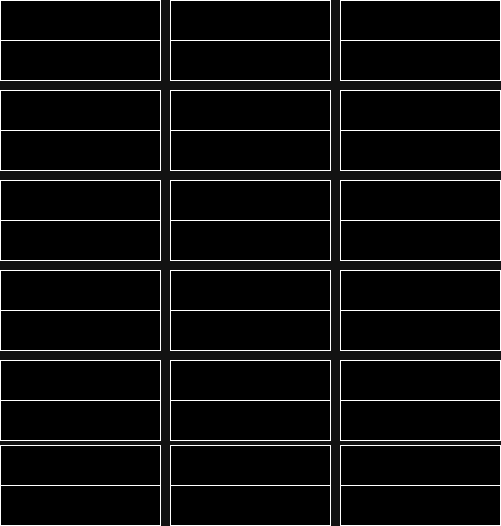
Before: doc/module.png, a diagram exported from draw.io (graeme-winter/jungfrau). Source tidied: cells renumbered, new cells last; positions are measured from the earlier drawing's top-left corner, leaving out a move shared by most shapes.
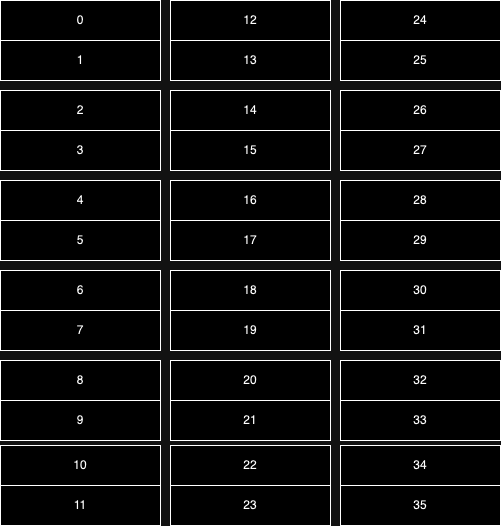
The same file after the commit.

What changed in the source:
```diff
@@ -2,112 +2,112 @@
   <root>
     <mxCell id="0" />
     <mxCell id="1" parent="0" />
-    <mxCell id="2" style="rounded=0;whiteSpace=wrap;html=1;" parent="1" vertex="1">
+    <mxCell id="2" value="4" style="rounded=0;whiteSpace=wrap;html=1;" parent="1" vertex="1">
       <mxGeometry y="180" width="160" height="40" as="geometry" />
     </mxCell>
-    <mxCell id="3" style="rounded=0;whiteSpace=wrap;html=1;" parent="1" vertex="1">
+    <mxCell id="3" value="5" style="rounded=0;whiteSpace=wrap;html=1;" parent="1" vertex="1">
       <mxGeometry y="220" width="160" height="40" as="geometry" />
     </mxCell>
-    <mxCell id="4" style="rounded=0;whiteSpace=wrap;html=1;" parent="1" vertex="1">
+    <mxCell id="4" value="6" style="rounded=0;whiteSpace=wrap;html=1;" parent="1" vertex="1">
       <mxGeometry y="270" width="160" height="40" as="geometry" />
     </mxCell>
-    <mxCell id="5" style="rounded=0;whiteSpace=wrap;html=1;" parent="1" vertex="1">
+    <mxCell id="5" value="7" style="rounded=0;whiteSpace=wrap;html=1;" parent="1" vertex="1">
       <mxGeometry y="310" width="160" height="40" as="geometry" />
     </mxCell>
-    <mxCell id="6" style="rounded=0;whiteSpace=wrap;html=1;" parent="1" vertex="1">
+    <mxCell id="6" value="8" style="rounded=0;whiteSpace=wrap;html=1;" parent="1" vertex="1">
       <mxGeometry y="360" width="160" height="40" as="geometry" />
     </mxCell>
-    <mxCell id="7" style="rounded=0;whiteSpace=wrap;html=1;" parent="1" vertex="1">
+    <mxCell id="7" value="9" style="rounded=0;whiteSpace=wrap;html=1;" parent="1" vertex="1">
       <mxGeometry y="400" width="160" height="40" as="geometry" />
     </mxCell>
-    <mxCell id="8" style="rounded=0;whiteSpace=wrap;html=1;" parent="1" vertex="1">
+    <mxCell id="8" value="2" style="rounded=0;whiteSpace=wrap;html=1;" parent="1" vertex="1">
       <mxGeometry y="90" width="160" height="40" as="geometry" />
     </mxCell>
-    <mxCell id="9" style="rounded=0;whiteSpace=wrap;html=1;" parent="1" vertex="1">
+    <mxCell id="9" value="3" style="rounded=0;whiteSpace=wrap;html=1;" parent="1" vertex="1">
       <mxGeometry y="130" width="160" height="40" as="geometry" />
     </mxCell>
-    <mxCell id="10" style="rounded=0;whiteSpace=wrap;html=1;" parent="1" vertex="1">
+    <mxCell id="10" value="0" style="rounded=0;whiteSpace=wrap;html=1;" parent="1" vertex="1">
       <mxGeometry width="160" height="40" as="geometry" />
     </mxCell>
-    <mxCell id="11" style="rounded=0;whiteSpace=wrap;html=1;" parent="1" vertex="1">
+    <mxCell id="11" value="1" style="rounded=0;whiteSpace=wrap;html=1;" parent="1" vertex="1">
       <mxGeometry y="40" width="160" height="40" as="geometry" />
     </mxCell>
-    <mxCell id="12" style="rounded=0;whiteSpace=wrap;html=1;" parent="1" vertex="1">
+    <mxCell id="12" value="10" style="rounded=0;whiteSpace=wrap;html=1;" parent="1" vertex="1">
       <mxGeometry y="445" width="160" height="40" as="geometry" />
     </mxCell>
-    <mxCell id="13" style="rounded=0;whiteSpace=wrap;html=1;" parent="1" vertex="1">
+    <mxCell id="13" value="11" style="rounded=0;whiteSpace=wrap;html=1;" parent="1" vertex="1">
       <mxGeometry y="485" width="160" height="40" as="geometry" />
     </mxCell>
-    <mxCell id="14" style="rounded=0;whiteSpace=wrap;html=1;" parent="1" vertex="1">
+    <mxCell id="14" value="16" style="rounded=0;whiteSpace=wrap;html=1;" parent="1" vertex="1">
       <mxGeometry x="170" y="180" width="160" height="40" as="geometry" />
     </mxCell>
-    <mxCell id="15" style="rounded=0;whiteSpace=wrap;html=1;" parent="1" vertex="1">
+    <mxCell id="15" value="17" style="rounded=0;whiteSpace=wrap;html=1;" parent="1" vertex="1">
       <mxGeometry x="170" y="220" width="160" height="40" as="geometry" />
     </mxCell>
-    <mxCell id="16" style="rounded=0;whiteSpace=wrap;html=1;" parent="1" vertex="1">
+    <mxCell id="16" value="18" style="rounded=0;whiteSpace=wrap;html=1;" parent="1" vertex="1">
       <mxGeometry x="170" y="270" width="160" height="40" as="geometry" />
     </mxCell>
-    <mxCell id="17" style="rounded=0;whiteSpace=wrap;html=1;" parent="1" vertex="1">
+    <mxCell id="17" value="19" style="rounded=0;whiteSpace=wrap;html=1;" parent="1" vertex="1">
       <mxGeometry x="170" y="310" width="160" height="40" as="geometry" />
     </mxCell>
-    <mxCell id="18" style="rounded=0;whiteSpace=wrap;html=1;" parent="1" vertex="1">
+    <mxCell id="18" value="20" style="rounded=0;whiteSpace=wrap;html=1;" parent="1" vertex="1">
       <mxGeometry x="170" y="360" width="160" height="40" as="geometry" />
     </mxCell>
-    <mxCell id="19" style="rounded=0;whiteSpace=wrap;html=1;" parent="1" vertex="1">
+    <mxCell id="19" value="21" style="rounded=0;whiteSpace=wrap;html=1;" parent="1" vertex="1">
       <mxGeometry x="170" y="400" width="160" height="40" as="geometry" />
     </mxCell>
-    <mxCell id="20" style="rounded=0;whiteSpace=wrap;html=1;" parent="1" vertex="1">
+    <mxCell id="20" value="14" style="rounded=0;whiteSpace=wrap;html=1;" parent="1" vertex="1">
       <mxGeometry x="170" y="90" width="160" height="40" as="geometry" />
     </mxCell>
-    <mxCell id="21" style="rounded=0;whiteSpace=wrap;html=1;" parent="1" vertex="1">
+    <mxCell id="21" value="15" style="rounded=0;whiteSpace=wrap;html=1;" parent="1" vertex="1">
       <mxGeometry x="170" y="130" width="160" height="40" as="geometry" />
     </mxCell>
-    <mxCell id="22" style="rounded=0;whiteSpace=wrap;html=1;" parent="1" vertex="1">
+    <mxCell id="22" value="12" style="rounded=0;whiteSpace=wrap;html=1;" parent="1" vertex="1">
       <mxGeometry x="170" width="160" height="40" as="geometry" />
     </mxCell>
-    <mxCell id="23" style="rounded=0;whiteSpace=wrap;html=1;" parent="1" vertex="1">
+    <mxCell id="23" value="13" style="rounded=0;whiteSpace=wrap;html=1;" parent="1" vertex="1">
       <mxGeometry x="170" y="40" width="160" height="40" as="geometry" />
     </mxCell>
-    <mxCell id="24" style="rounded=0;whiteSpace=wrap;html=1;" parent="1" vertex="1">
+    <mxCell id="24" value="22" style="rounded=0;whiteSpace=wrap;html=1;" parent="1" vertex="1">
       <mxGeometry x="170" y="445" width="160" height="40" as="geometry" />
     </mxCell>
-    <mxCell id="25" style="rounded=0;whiteSpace=wrap;html=1;" parent="1" vertex="1">
+    <mxCell id="25" value="23" style="rounded=0;whiteSpace=wrap;html=1;" parent="1" vertex="1">
       <mxGeometry x="170" y="485" width="160" height="40" as="geometry" />
     </mxCell>
-    <mxCell id="26" style="rounded=0;whiteSpace=wrap;html=1;" parent="1" vertex="1">
+    <mxCell id="26" value="28" style="rounded=0;whiteSpace=wrap;html=1;" parent="1" vertex="1">
       <mxGeometry x="340" y="180" width="160" height="40" as="geometry" />
     </mxCell>
-    <mxCell id="27" style="rounded=0;whiteSpace=wrap;html=1;" parent="1" vertex="1">
+    <mxCell id="27" value="29" style="rounded=0;whiteSpace=wrap;html=1;" parent="1" vertex="1">
       <mxGeometry x="340" y="220" width="160" height="40" as="geometry" />
     </mxCell>
-    <mxCell id="28" style="rounded=0;whiteSpace=wrap;html=1;" parent="1" vertex="1">
+    <mxCell id="28" value="30" style="rounded=0;whiteSpace=wrap;html=1;" parent="1" vertex="1">
       <mxGeometry x="340" y="270" width="160" height="40" as="geometry" />
     </mxCell>
-    <mxCell id="29" style="rounded=0;whiteSpace=wrap;html=1;" parent="1" vertex="1">
+    <mxCell id="29" value="31" style="rounded=0;whiteSpace=wrap;html=1;" parent="1" vertex="1">
       <mxGeometry x="340" y="310" width="160" height="40" as="geometry" />
     </mxCell>
-    <mxCell id="30" style="rounded=0;whiteSpace=wrap;html=1;" parent="1" vertex="1">
+    <mxCell id="30" value="32" style="rounded=0;whiteSpace=wrap;html=1;" parent="1" vertex="1">
       <mxGeometry x="340" y="360" width="160" height="40" as="geometry" />
     </mxCell>
-    <mxCell id="31" style="rounded=0;whiteSpace=wrap;html=1;" parent="1" vertex="1">
+    <mxCell id="31" value="33" style="rounded=0;whiteSpace=wrap;html=1;" parent="1" vertex="1">
       <mxGeometry x="340" y="400" width="160" height="40" as="geometry" />
     </mxCell>
-    <mxCell id="32" style="rounded=0;whiteSpace=wrap;html=1;" parent="1" vertex="1">
+    <mxCell id="32" value="26" style="rounded=0;whiteSpace=wrap;html=1;" parent="1" vertex="1">
       <mxGeometry x="340" y="90" width="160" height="40" as="geometry" />
     </mxCell>
-    <mxCell id="33" style="rounded=0;whiteSpace=wrap;html=1;" parent="1" vertex="1">
+    <mxCell id="33" value="27" style="rounded=0;whiteSpace=wrap;html=1;" parent="1" vertex="1">
       <mxGeometry x="340" y="130" width="160" height="40" as="geometry" />
     </mxCell>
-    <mxCell id="34" style="rounded=0;whiteSpace=wrap;html=1;" parent="1" vertex="1">
+    <mxCell id="34" value="24" style="rounded=0;whiteSpace=wrap;html=1;" parent="1" vertex="1">
       <mxGeometry x="340" width="160" height="40" as="geometry" />
     </mxCell>
-    <mxCell id="35" style="rounded=0;whiteSpace=wrap;html=1;" parent="1" vertex="1">
+    <mxCell id="35" value="25" style="rounded=0;whiteSpace=wrap;html=1;" parent="1" vertex="1">
       <mxGeometry x="340" y="40" width="160" height="40" as="geometry" />
     </mxCell>
-    <mxCell id="36" style="rounded=0;whiteSpace=wrap;html=1;" parent="1" vertex="1">
+    <mxCell id="36" value="34" style="rounded=0;whiteSpace=wrap;html=1;" parent="1" vertex="1">
       <mxGeometry x="340" y="445" width="160" height="40" as="geometry" />
     </mxCell>
-    <mxCell id="37" style="rounded=0;whiteSpace=wrap;html=1;" parent="1" vertex="1">
+    <mxCell id="37" value="35" style="rounded=0;whiteSpace=wrap;html=1;" parent="1" vertex="1">
       <mxGeometry x="340" y="485" width="160" height="40" as="geometry" />
     </mxCell>
   </root>
```
